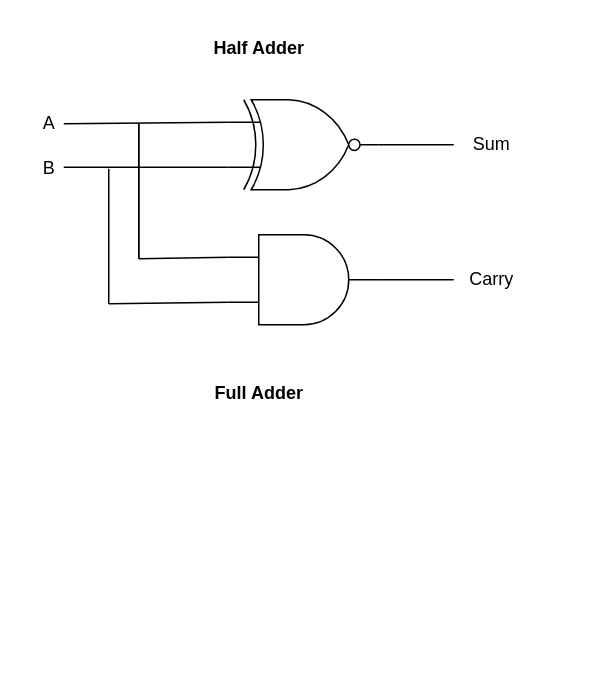
Earlier version of the draw.io diagram components/3-bit-adder.drawio (rajivaPavan/Nanoprocessor-Design-Project). Source tidied: cells renumbered, new cells numbered last; positions are measured from the earlier drawing's top-left corner, leaving out a move shared by most shapes. Both pictures are drawn from the tidied source at 150%, with x=0, y=0 at pixel (26, 26).
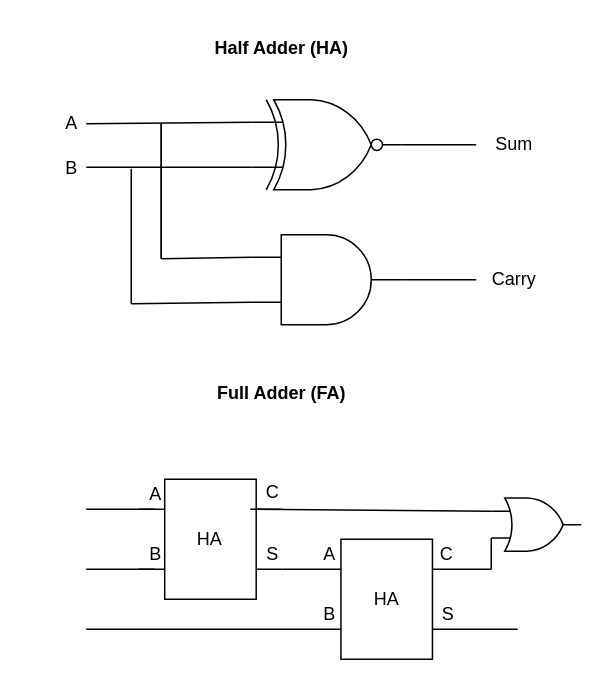
The same diagram, later.

Commit message:
full adder

Diff of the diagram source:
```diff
@@
+    <mxCell id="18" value="&lt;b&gt;Full Adder (FA)&lt;/b&gt;" style="text;html=1;align=center;verticalAlign=middle;strokeColor=none;fillColor=none;" parent="1" vertex="1">
+      <mxGeometry x="115" y="230" width="110" height="30" as="geometry" />
+    </mxCell>
+    <mxCell id="19" style="group;" parent="1" vertex="1">
+      <mxGeometry x="15" width="335" height="199" as="geometry" />
+    </mxCell>
-    <mxCell id="2" style="edgeStyle=none;html=1;exitX=1;exitY=0.5;exitDx=0;exitDy=0;exitPerimeter=0;endArrow=none;endFill=0;" parent="1" edge="1" source="5">
+    <mxCell id="2" style="edgeStyle=none;html=1;exitX=1;exitY=0.5;exitDx=0;exitDy=0;exitPerimeter=0;endArrow=none;endFill=0;" parent="19" edge="1" source="5">
       <mxGeometry relative="1" as="geometry">
         <mxPoint x="285" y="79" as="targetPoint" />
       </mxGeometry>
     </mxCell>
-    <mxCell id="3" style="edgeStyle=none;html=1;exitX=0;exitY=0.25;exitDx=0;exitDy=0;exitPerimeter=0;endArrow=none;endFill=0;" parent="1" edge="1">
+    <mxCell id="3" style="edgeStyle=none;html=1;exitX=0;exitY=0.25;exitDx=0;exitDy=0;exitPerimeter=0;endArrow=none;endFill=0;" parent="19" edge="1">
       <mxGeometry relative="1" as="geometry">
         <mxPoint x="135" y="64" as="sourcePoint" />
         <mxPoint x="25" y="65" as="targetPoint" />
       </mxGeometry>
     </mxCell>
-    <mxCell id="4" style="edgeStyle=none;html=1;exitX=0;exitY=0.75;exitDx=0;exitDy=0;exitPerimeter=0;endArrow=none;endFill=0;" parent="1" edge="1" source="5">
+    <mxCell id="4" style="edgeStyle=none;html=1;exitX=0;exitY=0.75;exitDx=0;exitDy=0;exitPerimeter=0;endArrow=none;endFill=0;" parent="19" edge="1" source="5">
       <mxGeometry relative="1" as="geometry">
         <mxPoint x="25" y="94" as="targetPoint" />
       </mxGeometry>
     </mxCell>
-    <mxCell id="5" style="verticalLabelPosition=bottom;shadow=0;dashed=0;align=center;html=1;verticalAlign=top;shape=mxgraph.electrical.logic_gates.logic_gate;operation=xor;negating=1;negSize=0.15;" parent="1" vertex="1">
+    <mxCell id="5" style="verticalLabelPosition=bottom;shadow=0;dashed=0;align=center;html=1;verticalAlign=top;shape=mxgraph.electrical.logic_gates.logic_gate;operation=xor;negating=1;negSize=0.15;" parent="19" vertex="1">
       <mxGeometry x="135" y="49" width="100" height="60" as="geometry" />
     </mxCell>
-    <mxCell id="6" style="edgeStyle=none;html=1;exitX=0;exitY=0.25;exitDx=0;exitDy=0;exitPerimeter=0;endArrow=none;endFill=0;" parent="1" edge="1" source="9">
+    <mxCell id="6" style="edgeStyle=none;html=1;exitX=0;exitY=0.25;exitDx=0;exitDy=0;exitPerimeter=0;endArrow=none;endFill=0;" parent="19" edge="1" source="9">
       <mxGeometry relative="1" as="geometry">
         <mxPoint x="75" y="155" as="targetPoint" />
       </mxGeometry>
     </mxCell>
-    <mxCell id="7" style="edgeStyle=none;html=1;exitX=1;exitY=0.5;exitDx=0;exitDy=0;exitPerimeter=0;endArrow=none;endFill=0;" parent="1" edge="1" source="9">
+    <mxCell id="7" style="edgeStyle=none;html=1;exitX=1;exitY=0.5;exitDx=0;exitDy=0;exitPerimeter=0;endArrow=none;endFill=0;" parent="19" edge="1" source="9">
       <mxGeometry relative="1" as="geometry">
         <mxPoint x="285" y="169" as="targetPoint" />
       </mxGeometry>
     </mxCell>
-    <mxCell id="8" style="edgeStyle=none;html=1;exitX=0;exitY=0.75;exitDx=0;exitDy=0;exitPerimeter=0;endArrow=none;endFill=0;" parent="1" edge="1" source="9">
+    <mxCell id="8" style="edgeStyle=none;html=1;exitX=0;exitY=0.75;exitDx=0;exitDy=0;exitPerimeter=0;endArrow=none;endFill=0;" parent="19" edge="1" source="9">
       <mxGeometry relative="1" as="geometry">
         <mxPoint x="55" y="185" as="targetPoint" />
       </mxGeometry>
     </mxCell>
-    <mxCell id="9" style="verticalLabelPosition=bottom;shadow=0;dashed=0;align=center;html=1;verticalAlign=top;shape=mxgraph.electrical.logic_gates.logic_gate;operation=and;" parent="1" vertex="1">
+    <mxCell id="9" style="verticalLabelPosition=bottom;shadow=0;dashed=0;align=center;html=1;verticalAlign=top;shape=mxgraph.electrical.logic_gates.logic_gate;operation=and;" parent="19" vertex="1">
       <mxGeometry x="135" y="139" width="100" height="60" as="geometry" />
     </mxCell>
-    <mxCell id="10" style="endArrow=none;html=1;" parent="1" edge="1">
+    <mxCell id="10" style="endArrow=none;html=1;" parent="19" edge="1">
       <mxGeometry relative="1" as="geometry">
         <mxPoint x="75" y="155" as="sourcePoint" />
         <mxPoint x="75" y="65" as="targetPoint" />
       </mxGeometry>
     </mxCell>
-    <mxCell id="11" style="endArrow=none;html=1;" parent="1" edge="1">
+    <mxCell id="11" style="endArrow=none;html=1;" parent="19" edge="1">
       <mxGeometry relative="1" as="geometry">
         <mxPoint x="75" y="155" as="sourcePoint" />
         <mxPoint x="75" y="65" as="targetPoint" />
       </mxGeometry>
     </mxCell>
-    <mxCell id="12" style="endArrow=none;html=1;" parent="1" edge="1">
+    <mxCell id="12" style="endArrow=none;html=1;" parent="19" edge="1">
       <mxGeometry relative="1" as="geometry">
         <mxPoint x="55" y="185" as="sourcePoint" />
         <mxPoint x="55" y="95" as="targetPoint" />
       </mxGeometry>
     </mxCell>
-    <mxCell id="13" value="A" style="text;html=1;align=center;verticalAlign=middle;strokeColor=none;fillColor=none;" parent="1" vertex="1">
+    <mxCell id="13" value="A" style="text;html=1;align=center;verticalAlign=middle;strokeColor=none;fillColor=none;" parent="19" vertex="1">
       <mxGeometry y="50" width="30" height="30" as="geometry" />
     </mxCell>
-    <mxCell id="14" value="B" style="text;html=1;align=center;verticalAlign=middle;strokeColor=none;fillColor=none;" parent="1" vertex="1">
+    <mxCell id="14" value="B" style="text;html=1;align=center;verticalAlign=middle;strokeColor=none;fillColor=none;" parent="19" vertex="1">
       <mxGeometry y="80" width="30" height="30" as="geometry" />
     </mxCell>
-    <mxCell id="15" value="Sum" style="text;html=1;align=center;verticalAlign=middle;strokeColor=none;fillColor=none;" parent="1" vertex="1">
+    <mxCell id="15" value="Sum" style="text;html=1;align=center;verticalAlign=middle;strokeColor=none;fillColor=none;" parent="19" vertex="1">
       <mxGeometry x="285" y="64" width="50" height="30" as="geometry" />
     </mxCell>
-    <mxCell id="16" value="Carry" style="text;html=1;align=center;verticalAlign=middle;strokeColor=none;fillColor=none;" parent="1" vertex="1">
+    <mxCell id="16" value="Carry" style="text;html=1;align=center;verticalAlign=middle;strokeColor=none;fillColor=none;" parent="19" vertex="1">
       <mxGeometry x="285" y="154" width="50" height="30" as="geometry" />
     </mxCell>
-    <mxCell id="17" value="&lt;b&gt;Half Adder&lt;/b&gt;" style="text;html=1;align=center;verticalAlign=middle;strokeColor=none;fillColor=none;" parent="1" vertex="1">
-      <mxGeometry x="115" width="80" height="30" as="geometry" />
+    <mxCell id="17" value="&lt;b&gt;Half Adder (HA)&lt;/b&gt;" style="text;html=1;align=center;verticalAlign=middle;strokeColor=none;fillColor=none;" parent="19" vertex="1">
+      <mxGeometry x="100" width="110" height="30" as="geometry" />
     </mxCell>
-    <mxCell id="18" value="&lt;b&gt;Full Adder&lt;/b&gt;" style="text;html=1;align=center;verticalAlign=middle;strokeColor=none;fillColor=none;" parent="1" vertex="1">
-      <mxGeometry x="115" y="230" width="80" height="30" as="geometry" />
-    </mxCell>
+    <mxCell id="20" style="group;" parent="1" vertex="1">
+      <mxGeometry x="40" y="297" width="330" height="125" as="geometry" />
+    </mxCell>
+    <mxCell id="21" style="group;" parent="20" vertex="1">
+      <mxGeometry x="30.5" width="104.6" height="85" as="geometry" />
+    </mxCell>
+    <mxCell id="22" style="edgeStyle=none;html=1;exitX=1;exitY=0.25;exitDx=0;exitDy=0;endArrow=none;endFill=0;" parent="21" edge="1" source="26">
+      <mxGeometry relative="1" as="geometry">
+        <mxPoint x="100.2" y="25" as="targetPoint" />
+      </mxGeometry>
+    </mxCell>
+    <mxCell id="23" style="edgeStyle=none;html=1;exitX=1;exitY=0.75;exitDx=0;exitDy=0;endArrow=none;endFill=0;" parent="21" edge="1" source="26">
+      <mxGeometry relative="1" as="geometry">
+        <mxPoint x="100.2" y="65" as="targetPoint" />
+      </mxGeometry>
+    </mxCell>
+    <mxCell id="24" style="edgeStyle=none;html=1;exitX=0;exitY=0.25;exitDx=0;exitDy=0;endArrow=none;endFill=0;" parent="21" edge="1" source="26">
+      <mxGeometry relative="1" as="geometry">
+        <mxPoint x="4.4" y="25" as="targetPoint" />
+      </mxGeometry>
+    </mxCell>
+    <mxCell id="25" style="edgeStyle=none;html=1;exitX=0;exitY=0.75;exitDx=0;exitDy=0;endArrow=none;endFill=0;" parent="21" edge="1" source="26">
+      <mxGeometry relative="1" as="geometry">
+        <mxPoint x="4.4" y="65" as="targetPoint" />
+      </mxGeometry>
+    </mxCell>
+    <mxCell id="26" value="HA" style="rounded=0;whiteSpace=wrap;html=1;" parent="21" vertex="1">
+      <mxGeometry x="21.8" y="5" width="61" height="80" as="geometry" />
+    </mxCell>
+    <mxCell id="27" value="A" style="text;html=1;align=center;verticalAlign=middle;strokeColor=none;fillColor=none;" parent="21" vertex="1">
+      <mxGeometry width="30" height="30" as="geometry" />
+    </mxCell>
+    <mxCell id="28" value="B" style="text;html=1;align=center;verticalAlign=middle;points=[];strokeColor=none;fillColor=none;" parent="21" vertex="1">
+      <mxGeometry y="40" width="30" height="30" as="geometry" />
+    </mxCell>
+    <mxCell id="29" value="C" style="text;html=1;align=center;verticalAlign=middle;points=[];strokeColor=none;fillColor=none;" parent="21" vertex="1">
+      <mxGeometry x="78.4" y="-1" width="30" height="30" as="geometry" />
+    </mxCell>
+    <mxCell id="30" value="S" style="text;html=1;align=center;verticalAlign=middle;strokeColor=none;fillColor=none;" parent="21" vertex="1">
+      <mxGeometry x="78.4" y="40" width="30" height="30" as="geometry" />
+    </mxCell>
+    <mxCell id="31" style="group;" parent="20" vertex="1">
+      <mxGeometry x="187.4" y="40" width="142.6" height="85" as="geometry" />
+    </mxCell>
+    <mxCell id="32" style="edgeStyle=none;html=1;exitX=1;exitY=0.25;exitDx=0;exitDy=0;endArrow=none;endFill=0;" parent="31" edge="1" source="37">
+      <mxGeometry relative="1" as="geometry">
+        <mxPoint x="82.6" y="25" as="targetPoint" />
+      </mxGeometry>
+    </mxCell>
+    <mxCell id="33" style="edgeStyle=none;html=1;exitX=1;exitY=0.75;exitDx=0;exitDy=0;endArrow=none;endFill=0;" parent="31" edge="1" source="37">
+      <mxGeometry relative="1" as="geometry">
+        <mxPoint x="100.2" y="65" as="targetPoint" />
+      </mxGeometry>
+    </mxCell>
+    <mxCell id="34" style="edgeStyle=none;html=1;exitX=0;exitY=0.25;exitDx=0;exitDy=0;endArrow=none;endFill=0;" parent="31" edge="1" source="37">
+      <mxGeometry relative="1" as="geometry">
+        <mxPoint x="4.4" y="25" as="targetPoint" />
+      </mxGeometry>
+    </mxCell>
+    <mxCell id="35" style="edgeStyle=none;html=1;exitX=0;exitY=0.75;exitDx=0;exitDy=0;endArrow=none;endFill=0;" parent="31" edge="1" source="37">
+      <mxGeometry relative="1" as="geometry">
+        <mxPoint x="4.4" y="65" as="targetPoint" />
+      </mxGeometry>
+    </mxCell>
+    <mxCell id="36" style="group;" parent="31" vertex="1">
+      <mxGeometry x="-37.4" width="108.4" height="85" as="geometry" />
+    </mxCell>
+    <mxCell id="37" value="HA" style="rounded=0;whiteSpace=wrap;html=1;" parent="36" vertex="1">
+      <mxGeometry x="19.8" y="5" width="61" height="80" as="geometry" />
+    </mxCell>
+    <mxCell id="38" value="A" style="text;html=1;align=center;verticalAlign=middle;strokeColor=none;fillColor=none;" parent="36" vertex="1">
+      <mxGeometry x="-3" width="30" height="30" as="geometry" />
+    </mxCell>
+    <mxCell id="39" value="B" style="text;html=1;align=center;verticalAlign=middle;strokeColor=none;fillColor=none;" parent="36" vertex="1">
+      <mxGeometry x="-3" y="40" width="30" height="30" as="geometry" />
+    </mxCell>
+    <mxCell id="40" value="C" style="text;html=1;align=center;verticalAlign=middle;strokeColor=none;fillColor=none;" parent="36" vertex="1">
+      <mxGeometry x="75.4" width="30" height="30" as="geometry" />
+    </mxCell>
+    <mxCell id="41" value="S" style="text;html=1;align=center;verticalAlign=middle;strokeColor=none;fillColor=none;" parent="36" vertex="1">
+      <mxGeometry x="76.4" y="40" width="30" height="30" as="geometry" />
+    </mxCell>
+    <mxCell id="42" style="verticalLabelPosition=bottom;shadow=0;dashed=0;align=center;html=1;verticalAlign=top;shape=mxgraph.electrical.logic_gates.logic_gate;operation=or;" parent="31" vertex="1">
+      <mxGeometry x="82.6" y="-22.5" width="60" height="35.5" as="geometry" />
+    </mxCell>
+    <mxCell id="43" style="endArrow=none;html=1;" parent="20" edge="1">
+      <mxGeometry relative="1" as="geometry">
+        <mxPoint x="130.7" y="65" as="sourcePoint" />
+        <mxPoint x="170" y="65" as="targetPoint" />
+      </mxGeometry>
+    </mxCell>
+    <mxCell id="44" style="endArrow=none;html=1;" parent="20" edge="1">
+      <mxGeometry relative="1" as="geometry">
+        <mxPoint y="105" as="sourcePoint" />
+        <mxPoint x="170" y="105" as="targetPoint" />
+      </mxGeometry>
+    </mxCell>
+    <mxCell id="45" style="endArrow=none;html=1;exitX=0.5;exitY=0.833;exitDx=0;exitDy=0;exitPerimeter=0;" parent="20" edge="1" source="28">
+      <mxGeometry relative="1" as="geometry">
+        <mxPoint y="65" as="targetPoint" />
+      </mxGeometry>
+    </mxCell>
+    <mxCell id="46" style="endArrow=none;html=1;exitX=0.5;exitY=0.833;exitDx=0;exitDy=0;exitPerimeter=0;" parent="20" edge="1">
+      <mxGeometry relative="1" as="geometry">
+        <mxPoint x="45.5" y="25" as="sourcePoint" />
+        <mxPoint y="25" as="targetPoint" />
+      </mxGeometry>
+    </mxCell>
+    <mxCell id="47" style="edgeStyle=none;html=1;exitX=0;exitY=0.25;exitDx=0;exitDy=0;exitPerimeter=0;endArrow=none;endFill=0;entryX=0.013;entryY=0.865;entryDx=0;entryDy=0;entryPerimeter=0;" parent="20" edge="1" source="42" target="29">
+      <mxGeometry relative="1" as="geometry" />
+    </mxCell>
+    <mxCell id="48" style="endArrow=none;html=1;entryX=0;entryY=0.75;entryDx=0;entryDy=0;entryPerimeter=0;endSize=6;" parent="1" edge="1" target="42">
+      <mxGeometry relative="1" as="geometry">
+        <mxPoint x="310" y="362" as="sourcePoint" />
+      </mxGeometry>
+    </mxCell>
```
